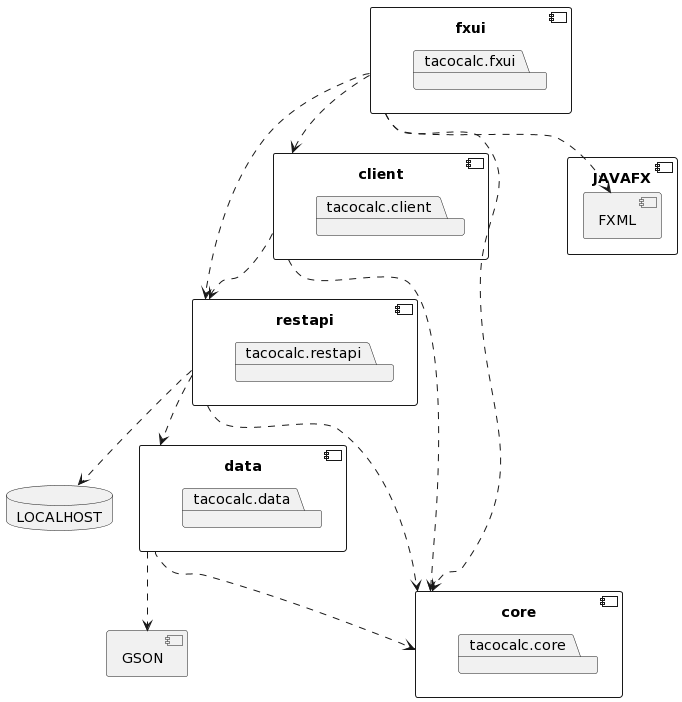
Above: docs/release3/resources/pakkediagram.png in viljanvr/IT1901-Informatikk-prosjektarbeid-I (PlantUML), before the change.
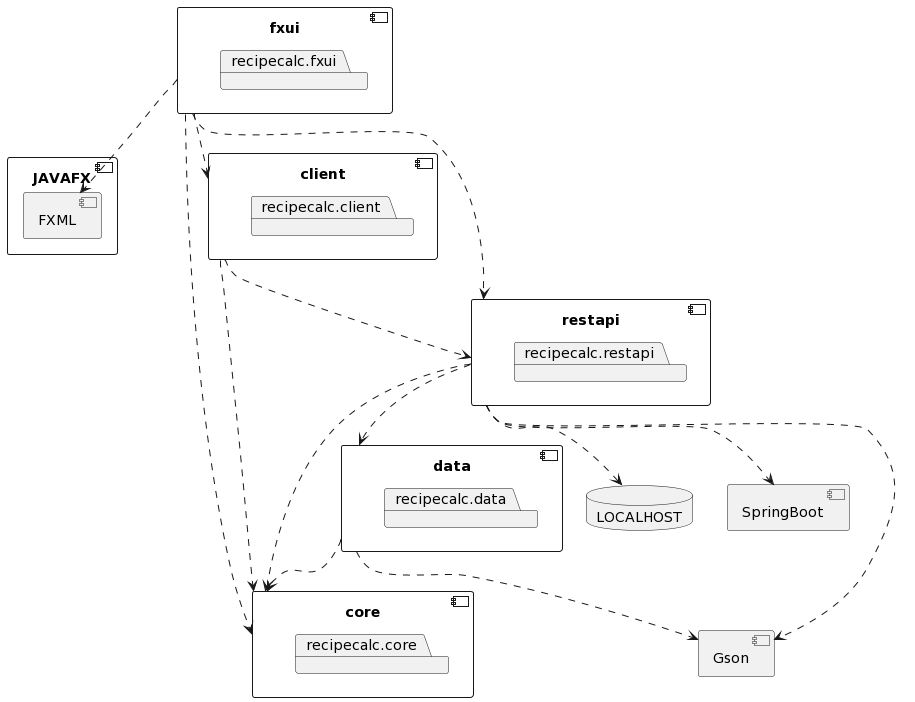
Above is the later version.

Commit message:
Update package diagram

What changed in the source:
```diff
@@ -3,42 +3,47 @@
   component FXML
 }
 
-component GSON
+component Gson
 
 component fxui {
-  package "tacocalc.fxui"
+  package "recipecalc.fxui"
 
 }
 
 component client {
-  package "tacocalc.client"
+  package "recipecalc.client"
 }
 
 component core {
-  package "tacocalc.core"
+  package "recipecalc.core"
 }
 
 component data {
-  package "tacocalc.data"
+  package "recipecalc.data"
 }
 
 component restapi {
-  package "tacocalc.restapi"
+  package "recipecalc.restapi"
 }
 
 database LOCALHOST {
+
+}
+
+component SpringBoot{
 
 }
 fxui ..> FXML
 fxui ..> restapi
 fxui ..> client
 restapi ..> data
-data ..> GSON
+data ..> Gson
 data ..> core
 client ..> core
 restapi ..> core
 client ..> restapi
-
+restapi ..> Gson
 restapi ..> LOCALHOST
 fxui ..> core
+restapi ..> SpringBoot
 @enduml
```
